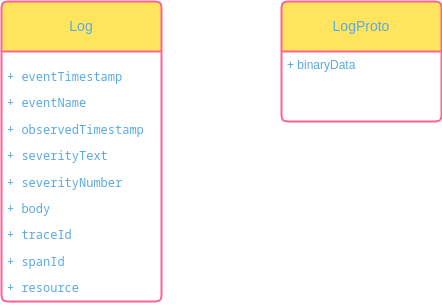
John321Blacksmith/knowledge_base keeps this draw.io diagram as general/mvps/mvp_v1/diagrs/data_modeling.png. Above is the earlier version. Source tidied: cells renumbered, new cells last; positions are measured from the earlier drawing's top-left corner, leaving out a move shared by most shapes.
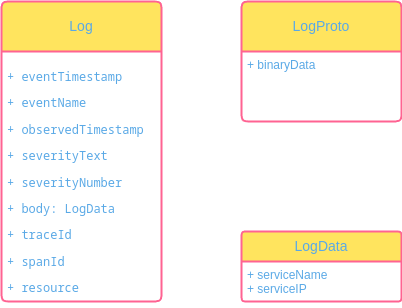
Later version of the same file.

Commit message:
feat: data modeling view

The edit, as a diff of the source:
```diff
@@ -5,14 +5,20 @@
     <mxCell id="2" value="Log" style="swimlane;horizontal=1;startSize=50;rounded=1;fontSize=14;fontStyle=0;strokeWidth=2;shadow=0;dashed=0;align=center;arcSize=4;whiteSpace=wrap;html=1;labelBackgroundColor=none;fillColor=#FFE45E;strokeColor=#FF6392;fontColor=#5AA9E6;" parent="1" vertex="1">
       <mxGeometry width="160" height="300" as="geometry" />
     </mxCell>
-    <mxCell id="3" value="&lt;pre&gt;&lt;span class=&quot;pl-ent&quot;&gt;+ eventTimestamp&lt;/span&gt;&lt;/pre&gt;&lt;pre&gt;&lt;span class=&quot;pl-ent&quot;&gt;+ eventName&lt;/span&gt;&lt;/pre&gt;&lt;pre&gt;&lt;span class=&quot;pl-ent&quot;&gt;+ observedTimestamp&lt;/span&gt;&lt;/pre&gt;&lt;pre&gt;&lt;span class=&quot;pl-ent&quot;&gt;+ severityText&lt;/span&gt;&lt;/pre&gt;&lt;pre&gt;&lt;span class=&quot;pl-ent&quot;&gt;+ severityNumber&lt;/span&gt;&lt;/pre&gt;&lt;pre&gt;&lt;span class=&quot;pl-ent&quot;&gt;+ body&lt;/span&gt;&lt;/pre&gt;&lt;pre&gt;&lt;span class=&quot;pl-ent&quot;&gt;+ traceId&lt;/span&gt;&lt;/pre&gt;&lt;pre&gt;&lt;span class=&quot;pl-ent&quot;&gt;+ spanId&lt;/span&gt;&lt;/pre&gt;&lt;pre&gt;&lt;span class=&quot;pl-ent&quot;&gt;+ resource&lt;/span&gt;&lt;/pre&gt;" style="align=left;strokeColor=none;fillColor=none;spacingLeft=4;spacingRight=4;fontSize=12;verticalAlign=top;html=1;whiteSpace=wrap;labelBackgroundColor=none;fontColor=#5AA9E6;" parent="2" vertex="1">
+    <mxCell id="3" value="&lt;pre&gt;&lt;span class=&quot;pl-ent&quot;&gt;+ eventTimestamp&lt;/span&gt;&lt;/pre&gt;&lt;pre&gt;&lt;span class=&quot;pl-ent&quot;&gt;+ eventName&lt;/span&gt;&lt;/pre&gt;&lt;pre&gt;&lt;span class=&quot;pl-ent&quot;&gt;+ observedTimestamp&lt;/span&gt;&lt;/pre&gt;&lt;pre&gt;&lt;span class=&quot;pl-ent&quot;&gt;+ severityText&lt;/span&gt;&lt;/pre&gt;&lt;pre&gt;&lt;span class=&quot;pl-ent&quot;&gt;+ severityNumber&lt;/span&gt;&lt;/pre&gt;&lt;pre&gt;&lt;span class=&quot;pl-ent&quot;&gt;+ body: LogData&lt;/span&gt;&lt;/pre&gt;&lt;pre&gt;&lt;span class=&quot;pl-ent&quot;&gt;+ traceId&lt;/span&gt;&lt;/pre&gt;&lt;pre&gt;&lt;span class=&quot;pl-ent&quot;&gt;+ spanId&lt;/span&gt;&lt;/pre&gt;&lt;pre&gt;&lt;span class=&quot;pl-ent&quot;&gt;+ resource&lt;/span&gt;&lt;/pre&gt;" style="align=left;strokeColor=none;fillColor=none;spacingLeft=4;spacingRight=4;fontSize=12;verticalAlign=top;html=1;whiteSpace=wrap;labelBackgroundColor=none;fontColor=#5AA9E6;" parent="2" vertex="1">
       <mxGeometry y="50" width="160" height="250" as="geometry" />
     </mxCell>
     <mxCell id="4" value="LogProto" style="swimlane;horizontal=1;startSize=50;rounded=1;fontSize=14;fontStyle=0;strokeWidth=2;shadow=0;dashed=0;align=center;arcSize=4;whiteSpace=wrap;html=1;labelBackgroundColor=none;fillColor=#FFE45E;strokeColor=#FF6392;fontColor=#5AA9E6;" parent="1" vertex="1">
-      <mxGeometry x="280" width="160" height="120" as="geometry" />
+      <mxGeometry x="240" width="160" height="120" as="geometry" />
     </mxCell>
     <mxCell id="5" value="+ binaryData" style="align=left;strokeColor=none;fillColor=none;spacingLeft=4;spacingRight=4;fontSize=12;verticalAlign=top;html=1;whiteSpace=wrap;labelBackgroundColor=none;fontColor=#5AA9E6;" parent="4" vertex="1">
       <mxGeometry y="50" width="160" height="70" as="geometry" />
     </mxCell>
+    <mxCell id="6" value="LogData" style="swimlane;horizontal=1;startSize=30;rounded=1;fontSize=14;fontStyle=0;strokeWidth=2;shadow=0;dashed=0;align=center;arcSize=4;whiteSpace=wrap;html=1;labelBackgroundColor=none;fillColor=#FFE45E;strokeColor=#FF6392;fontColor=#5AA9E6;" parent="1" vertex="1">
+      <mxGeometry x="240" y="230" width="160" height="70" as="geometry" />
+    </mxCell>
+    <mxCell id="7" value="+ serviceName&lt;div&gt;+ serviceIP&lt;/div&gt;" style="align=left;strokeColor=none;fillColor=none;spacingLeft=4;spacingRight=4;fontSize=12;verticalAlign=top;html=1;whiteSpace=wrap;labelBackgroundColor=none;fontColor=#5AA9E6;" parent="6" vertex="1">
+      <mxGeometry y="30" width="160" height="40" as="geometry" />
+    </mxCell>
   </root>
 </mxGraphModel>
```
